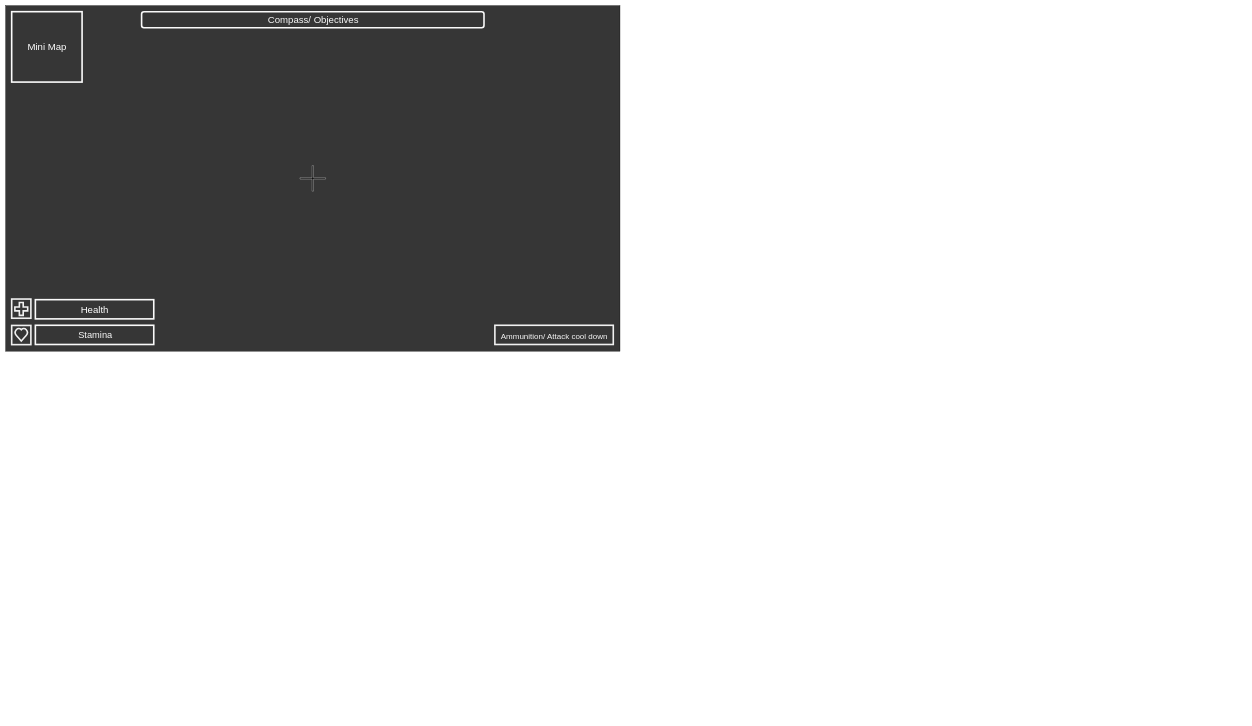
Sharlymoomoo/Assessment---Logan-P keeps this draw.io diagram as Untitled Diagram.drawio. Above is the earlier version. Source tidied: cells renumbered, new cells numbered last; positions are measured from the earlier drawing's top-left corner, leaving out a move shared by most shapes. Both pictures are drawn from the tidied source at 32%, with x=0, y=0 at pixel (5, 5).
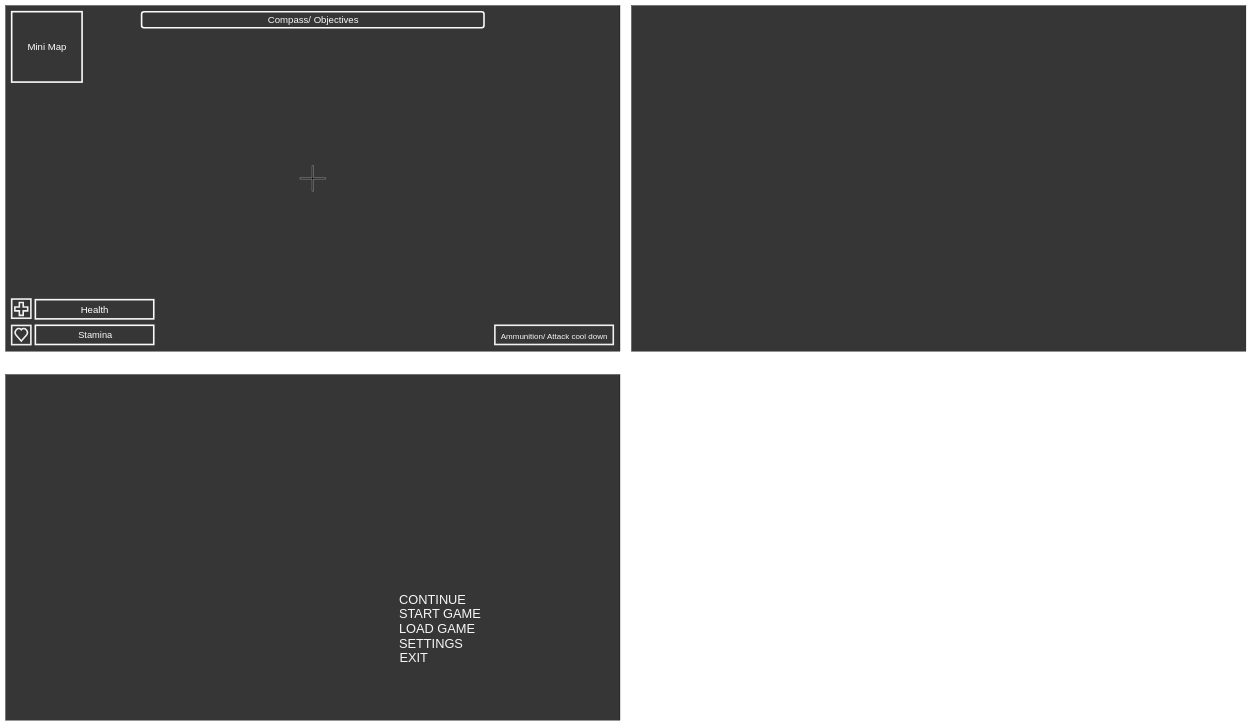
After the change.

What changed in the source:
```diff
@@
+    <mxCell id="18" style="rounded=0;whiteSpace=wrap;html=1;fillColor=#363636;" parent="1" vertex="1">
+      <mxGeometry y="1153" width="1920" height="1080" as="geometry" />
+    </mxCell>
+    <mxCell id="19" value="&lt;span style=&quot;font-size: 40px;&quot;&gt;START GAME&lt;/span&gt;" style="text;html=1;align=center;verticalAlign=middle;fillColor=none;strokeColor=none;rounded=0;labelBackgroundColor=none;fontSize=25;fontColor=#F7F7F7;" parent="1" vertex="1">
+      <mxGeometry x="1224" y="1880" width="266" height="39" as="geometry" />
+    </mxCell>
+    <mxCell id="20" value="&lt;span style=&quot;font-size: 40px;&quot;&gt;LOAD GAME&lt;/span&gt;" style="text;html=1;align=center;verticalAlign=middle;fillColor=none;strokeColor=none;rounded=0;labelBackgroundColor=none;fontSize=25;fontColor=#F7F7F7;" parent="1" vertex="1">
+      <mxGeometry x="1224" y="1926" width="248" height="39" as="geometry" />
+    </mxCell>
+    <mxCell id="21" value="&lt;span style=&quot;font-size: 40px;&quot;&gt;SETTINGS&lt;/span&gt;" style="text;html=1;align=center;verticalAlign=middle;fillColor=none;strokeColor=none;rounded=0;labelBackgroundColor=none;fontSize=25;fontColor=#F7F7F7;" parent="1" vertex="1">
+      <mxGeometry x="1224" y="1972" width="210" height="39" as="geometry" />
+    </mxCell>
+    <mxCell id="22" value="&lt;span style=&quot;font-size: 40px;&quot;&gt;CONTINUE&lt;/span&gt;" style="text;html=1;align=center;verticalAlign=middle;fillColor=none;strokeColor=none;rounded=0;labelBackgroundColor=none;fontSize=25;fontColor=#F7F7F7;" parent="1" vertex="1">
+      <mxGeometry x="1224" y="1834" width="219" height="39" as="geometry" />
+    </mxCell>
+    <mxCell id="23" value="&lt;span style=&quot;font-size: 40px;&quot;&gt;EXIT&lt;/span&gt;" style="text;html=1;align=center;verticalAlign=middle;fillColor=none;strokeColor=none;rounded=0;labelBackgroundColor=none;fontSize=25;fontColor=#F7F7F7;" parent="1" vertex="1">
+      <mxGeometry x="1225" y="2018" width="99" height="39" as="geometry" />
+    </mxCell>
+    <mxCell id="24" style="rounded=0;whiteSpace=wrap;html=1;fillColor=#363636;" parent="1" vertex="1">
+      <mxGeometry x="1956" width="1920" height="1080" as="geometry" />
+    </mxCell>
```
